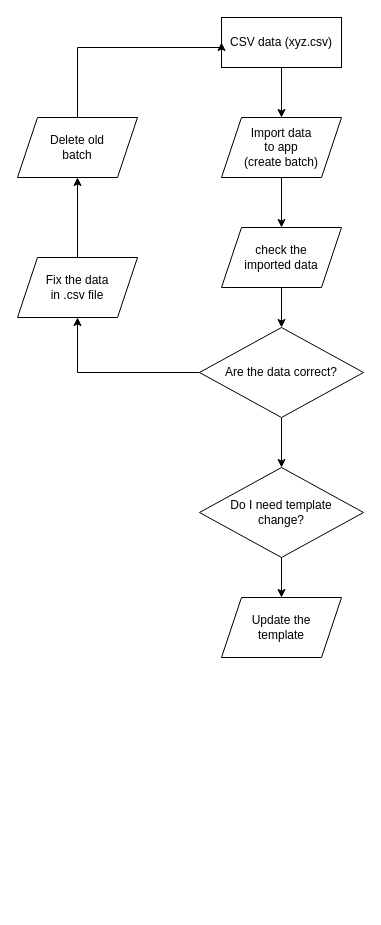
Before: Diagram bez názvu.drawio in filiptvarek/diagrams, a draw.io diagram. Source tidied: cells renumbered, new cells numbered last; positions are measured from the earlier drawing's top-left corner, leaving out a move shared by most shapes. Both pictures are drawn from the tidied source at 100%, with x=0, y=0 at pixel (17, 17).
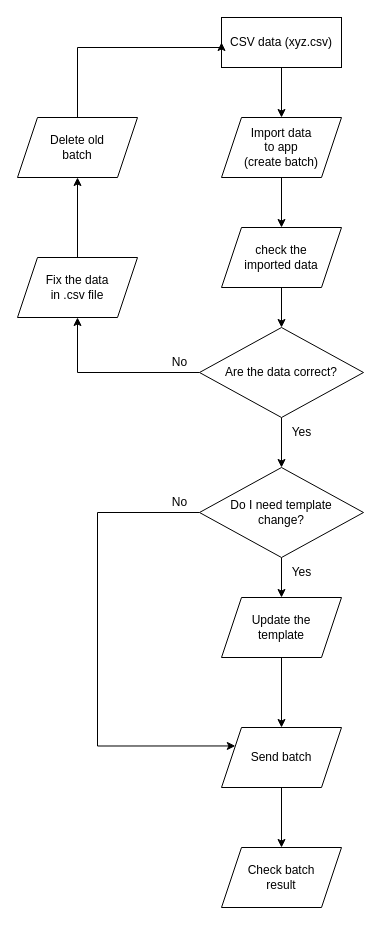
After the change.

The change refers to these unchanged cells:
```xml
<mxCell id="16" value="Do I need template&lt;br&gt;change?" style="rhombus;whiteSpace=wrap;html=1;" parent="1" vertex="1">
  <mxGeometry x="182" y="450" width="164" height="90" as="geometry" />
</mxCell>
<mxCell id="17" value="Update the &lt;br&gt;template" style="shape=parallelogram;perimeter=parallelogramPerimeter;whiteSpace=wrap;html=1;fixedSize=1;" parent="1" vertex="1">
  <mxGeometry x="204" y="580" width="120" height="60" as="geometry" />
</mxCell>
```

Diff of the diagram source:
```diff
@@
+    <mxCell id="18" style="edgeStyle=orthogonalEdgeStyle;rounded=0;jettySize=auto;html=1;entryX=0;entryY=0.25;entryDx=0;entryDy=0;" parent="1" edge="1" source="16" target="21">
+      <mxGeometry relative="1" as="geometry">
+        <Array as="points">
+          <mxPoint x="80" y="495" />
+          <mxPoint x="80" y="729" />
+        </Array>
+      </mxGeometry>
+    </mxCell>
@@
+    <mxCell id="19" style="edgeStyle=orthogonalEdgeStyle;rounded=0;jettySize=auto;html=1;" parent="1" edge="1" source="17" target="21">
+      <mxGeometry relative="1" as="geometry" />
+    </mxCell>
@@
+    <mxCell id="20" style="edgeStyle=orthogonalEdgeStyle;rounded=0;jettySize=auto;html=1;entryX=0.5;entryY=0;entryDx=0;entryDy=0;" parent="1" edge="1" source="21" target="22">
+      <mxGeometry relative="1" as="geometry" />
+    </mxCell>
+    <mxCell id="21" value="Send batch" style="shape=parallelogram;perimeter=parallelogramPerimeter;whiteSpace=wrap;html=1;fixedSize=1;" parent="1" vertex="1">
+      <mxGeometry x="204" y="710" width="120" height="60" as="geometry" />
+    </mxCell>
+    <mxCell id="22" value="Check batch&lt;br&gt;result" style="shape=parallelogram;perimeter=parallelogramPerimeter;whiteSpace=wrap;html=1;fixedSize=1;" parent="1" vertex="1">
+      <mxGeometry x="204" y="830" width="120" height="60" as="geometry" />
+    </mxCell>
+    <mxCell id="23" value="Yes" style="text;html=1;align=center;verticalAlign=middle;fillColor=none;strokeColor=none;rounded=0;" parent="1" vertex="1">
+      <mxGeometry x="264" y="540" width="40" height="30" as="geometry" />
+    </mxCell>
+    <mxCell id="24" value="No" style="text;html=1;align=center;verticalAlign=middle;fillColor=none;strokeColor=none;rounded=0;" parent="1" vertex="1">
+      <mxGeometry x="142" y="330" width="40" height="30" as="geometry" />
+    </mxCell>
+    <mxCell id="25" value="Yes" style="text;html=1;align=center;verticalAlign=middle;fillColor=none;strokeColor=none;rounded=0;" parent="1" vertex="1">
+      <mxGeometry x="264" y="400" width="40" height="30" as="geometry" />
+    </mxCell>
+    <mxCell id="26" value="No" style="text;html=1;align=center;verticalAlign=middle;fillColor=none;strokeColor=none;rounded=0;" parent="1" vertex="1">
+      <mxGeometry x="142" y="470" width="40" height="30" as="geometry" />
+    </mxCell>
```
